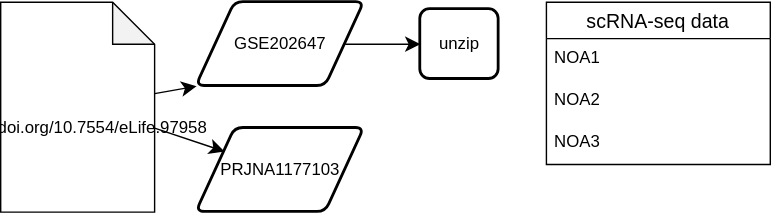
Above: project_schematic.svg in SamueleSoraggi/PIB-johan-olesen (draw.io), before the change. Source tidied: cells renumbered, new cells last; positions are measured from the earlier drawing's top-left corner, leaving out a move shared by most shapes.
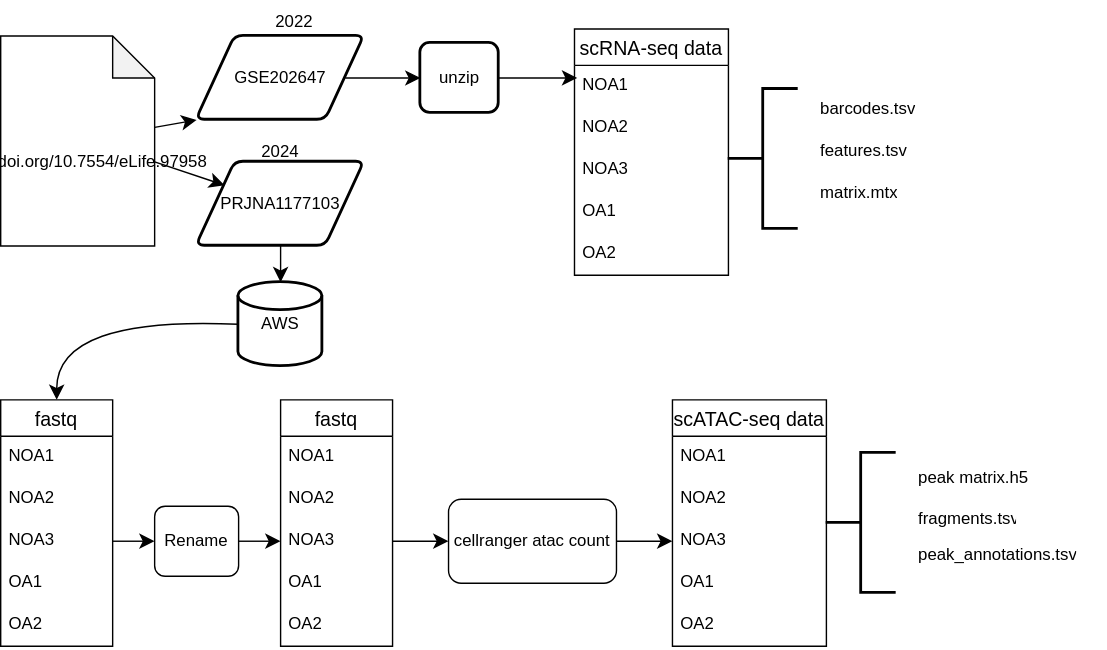
Above is the later version.

What changed in the source:
```diff
@@ -23,17 +23,146 @@
     <mxCell id="8" value="unzip" style="rounded=1;whiteSpace=wrap;html=1;absoluteArcSize=1;arcSize=14;strokeWidth=2;" parent="1" vertex="1">
       <mxGeometry x="300" y="5" width="56" height="50" as="geometry" />
     </mxCell>
+    <mxCell id="13" style="edgeStyle=none;curved=1;rounded=0;jettySize=auto;html=1;exitX=1;exitY=0.5;exitDx=0;exitDy=0;entryX=0.018;entryY=0.133;entryDx=0;entryDy=0;entryPerimeter=0;fontSize=12;startSize=8;endSize=8;" parent="1" edge="1" source="8">
+      <mxGeometry relative="1" as="geometry">
+        <mxPoint x="412" y="30" as="targetPoint" />
+      </mxGeometry>
+    </mxCell>
+    <mxCell id="14" style="strokeWidth=2;html=1;shape=mxgraph.flowchart.annotation_2;align=left;labelPosition=right;" parent="1" vertex="1">
+      <mxGeometry x="520" y="38" width="50" height="100" as="geometry" />
+    </mxCell>
+    <mxCell id="15" value="barcodes.tsv" style="text;strokeColor=none;fillColor=none;spacingLeft=4;spacingRight=4;overflow=hidden;fontSize=12;whiteSpace=wrap;html=1;" parent="1" vertex="1">
+      <mxGeometry x="580" y="38" width="90" height="30" as="geometry" />
+    </mxCell>
+    <mxCell id="16" value="features.tsv" style="text;strokeColor=none;fillColor=none;spacingLeft=4;spacingRight=4;overflow=hidden;fontSize=12;whiteSpace=wrap;html=1;" parent="1" vertex="1">
+      <mxGeometry x="580" y="68" width="90" height="30" as="geometry" />
+    </mxCell>
+    <mxCell id="17" value="matrix.mtx" style="text;strokeColor=none;fillColor=none;spacingLeft=4;spacingRight=4;overflow=hidden;fontSize=12;whiteSpace=wrap;html=1;" parent="1" vertex="1">
+      <mxGeometry x="580" y="98" width="90" height="30" as="geometry" />
+    </mxCell>
+    <mxCell id="18" value="2022" style="text;html=1;whiteSpace=wrap;strokeColor=none;fillColor=none;align=center;verticalAlign=middle;rounded=0;" parent="1" vertex="1">
+      <mxGeometry x="180" y="-25" width="60" height="30" as="geometry" />
+    </mxCell>
+    <mxCell id="19" value="2024" style="text;html=1;whiteSpace=wrap;strokeColor=none;fillColor=none;align=center;verticalAlign=middle;rounded=0;" parent="1" vertex="1">
+      <mxGeometry x="170" y="68" width="60" height="30" as="geometry" />
+    </mxCell>
+    <mxCell id="20" style="edgeStyle=none;curved=1;rounded=0;jettySize=auto;html=1;exitX=0;exitY=0.5;exitDx=0;exitDy=0;exitPerimeter=0;entryX=0.5;entryY=0;entryDx=0;entryDy=0;fontSize=12;startSize=8;endSize=8;" parent="1" edge="1" source="21" target="25">
+      <mxGeometry relative="1" as="geometry">
+        <Array as="points">
+          <mxPoint x="40" y="200" />
+        </Array>
+      </mxGeometry>
+    </mxCell>
+    <mxCell id="21" value="AWS" style="strokeWidth=2;html=1;shape=mxgraph.flowchart.database;whiteSpace=wrap;" parent="1" vertex="1">
+      <mxGeometry x="170" y="176" width="60" height="60" as="geometry" />
+    </mxCell>
+    <mxCell id="22" style="edgeStyle=none;curved=1;rounded=0;jettySize=auto;html=1;exitX=0.5;exitY=1;exitDx=0;exitDy=0;entryX=0.5;entryY=0;entryDx=0;entryDy=0;entryPerimeter=0;fontSize=12;startSize=8;endSize=8;" parent="1" edge="1" source="7" target="21">
+      <mxGeometry relative="1" as="geometry" />
+    </mxCell>
+    <mxCell id="23" style="edgeStyle=none;curved=1;rounded=0;jettySize=auto;html=1;exitX=1;exitY=0.5;exitDx=0;exitDy=0;fontSize=12;startSize=8;endSize=8;" parent="1" edge="1" source="24" target="35">
+      <mxGeometry relative="1" as="geometry" />
+    </mxCell>
+    <mxCell id="24" value="Rename" style="rounded=1;whiteSpace=wrap;html=1;" parent="1" vertex="1">
+      <mxGeometry x="110" y="336" width="60" height="50" as="geometry" />
+    </mxCell>
+    <mxCell id="25" value="fastq" style="swimlane;fontStyle=0;horizontal=1;startSize=26;align=center;fontSize=14;" parent="1" vertex="1">
+      <mxGeometry y="260" width="80" height="176" as="geometry" />
+    </mxCell>
+    <mxCell id="26" value="&lt;div&gt;NOA1&lt;/div&gt;" style="text;strokeColor=none;fillColor=none;spacingLeft=4;spacingRight=4;overflow=hidden;fontSize=12;whiteSpace=wrap;html=1;" parent="25" vertex="1">
+      <mxGeometry y="26" width="80" height="30" as="geometry" />
+    </mxCell>
+    <mxCell id="27" value="NOA2" style="text;strokeColor=none;fillColor=none;spacingLeft=4;spacingRight=4;overflow=hidden;fontSize=12;whiteSpace=wrap;html=1;" parent="25" vertex="1">
+      <mxGeometry y="56" width="80" height="30" as="geometry" />
+    </mxCell>
+    <mxCell id="28" value="NOA3" style="text;strokeColor=none;fillColor=none;spacingLeft=4;spacingRight=4;overflow=hidden;points=[[0,0.5],[1,0.5]];portConstraint=eastwest;fontSize=12;whiteSpace=wrap;html=1;" parent="25" vertex="1">
+      <mxGeometry y="86" width="80" height="30" as="geometry" />
+    </mxCell>
+    <mxCell id="29" value="OA1" style="text;strokeColor=none;fillColor=none;spacingLeft=4;spacingRight=4;overflow=hidden;fontSize=12;whiteSpace=wrap;html=1;" parent="25" vertex="1">
+      <mxGeometry y="116" width="80" height="30" as="geometry" />
+    </mxCell>
+    <mxCell id="30" value="OA2" style="text;strokeColor=none;fillColor=none;spacingLeft=4;spacingRight=4;overflow=hidden;fontSize=12;whiteSpace=wrap;html=1;" parent="25" vertex="1">
+      <mxGeometry y="146" width="80" height="30" as="geometry" />
+    </mxCell>
+    <mxCell id="31" style="edgeStyle=none;curved=1;rounded=0;jettySize=auto;html=1;exitX=1;exitY=0.5;exitDx=0;exitDy=0;entryX=0;entryY=0.5;entryDx=0;entryDy=0;fontSize=12;startSize=8;endSize=8;" parent="1" edge="1" source="28" target="24">
+      <mxGeometry relative="1" as="geometry" />
+    </mxCell>
+    <mxCell id="32" value="fastq" style="swimlane;fontStyle=0;horizontal=1;startSize=26;align=center;fontSize=14;" parent="1" vertex="1">
+      <mxGeometry x="200" y="260" width="80" height="176" as="geometry" />
+    </mxCell>
+    <mxCell id="33" value="&lt;div&gt;NOA1&lt;/div&gt;" style="text;strokeColor=none;fillColor=none;spacingLeft=4;spacingRight=4;overflow=hidden;fontSize=12;whiteSpace=wrap;html=1;" parent="32" vertex="1">
+      <mxGeometry y="26" width="80" height="30" as="geometry" />
+    </mxCell>
+    <mxCell id="34" value="NOA2" style="text;strokeColor=none;fillColor=none;spacingLeft=4;spacingRight=4;overflow=hidden;fontSize=12;whiteSpace=wrap;html=1;" parent="32" vertex="1">
+      <mxGeometry y="56" width="80" height="30" as="geometry" />
+    </mxCell>
+    <mxCell id="35" value="NOA3" style="text;strokeColor=none;fillColor=none;spacingLeft=4;spacingRight=4;overflow=hidden;points=[[0,0.5],[1,0.5]];portConstraint=eastwest;fontSize=12;whiteSpace=wrap;html=1;" parent="32" vertex="1">
+      <mxGeometry y="86" width="80" height="30" as="geometry" />
+    </mxCell>
+    <mxCell id="36" value="OA1" style="text;strokeColor=none;fillColor=none;spacingLeft=4;spacingRight=4;overflow=hidden;fontSize=12;whiteSpace=wrap;html=1;" parent="32" vertex="1">
+      <mxGeometry y="116" width="80" height="30" as="geometry" />
+    </mxCell>
+    <mxCell id="37" value="OA2" style="text;strokeColor=none;fillColor=none;spacingLeft=4;spacingRight=4;overflow=hidden;fontSize=12;whiteSpace=wrap;html=1;" parent="32" vertex="1">
+      <mxGeometry y="146" width="80" height="30" as="geometry" />
+    </mxCell>
+    <mxCell id="38" style="edgeStyle=none;curved=1;rounded=0;jettySize=auto;html=1;exitX=1;exitY=0.5;exitDx=0;exitDy=0;entryX=0;entryY=0.5;entryDx=0;entryDy=0;fontSize=12;startSize=8;endSize=8;" parent="1" edge="1" source="39" target="43">
+      <mxGeometry relative="1" as="geometry" />
+    </mxCell>
+    <mxCell id="39" value="cellranger atac count" style="rounded=1;whiteSpace=wrap;html=1;" parent="1" vertex="1">
+      <mxGeometry x="320" y="331" width="120" height="60" as="geometry" />
+    </mxCell>
+    <mxCell id="40" value="scATAC-seq data" style="swimlane;fontStyle=0;horizontal=1;startSize=26;align=center;fontSize=14;" parent="1" vertex="1">
+      <mxGeometry x="480" y="260" width="110" height="176" as="geometry" />
+    </mxCell>
+    <mxCell id="41" value="&lt;div&gt;NOA1&lt;/div&gt;" style="text;strokeColor=none;fillColor=none;spacingLeft=4;spacingRight=4;overflow=hidden;fontSize=12;whiteSpace=wrap;html=1;" parent="40" vertex="1">
+      <mxGeometry y="26" width="110" height="30" as="geometry" />
+    </mxCell>
+    <mxCell id="42" value="NOA2" style="text;strokeColor=none;fillColor=none;spacingLeft=4;spacingRight=4;overflow=hidden;fontSize=12;whiteSpace=wrap;html=1;" parent="40" vertex="1">
+      <mxGeometry y="56" width="110" height="30" as="geometry" />
+    </mxCell>
+    <mxCell id="43" value="NOA3" style="text;strokeColor=none;fillColor=none;spacingLeft=4;spacingRight=4;overflow=hidden;points=[[0,0.5],[1,0.5]];portConstraint=eastwest;fontSize=12;whiteSpace=wrap;html=1;" parent="40" vertex="1">
+      <mxGeometry y="86" width="110" height="30" as="geometry" />
+    </mxCell>
+    <mxCell id="44" value="OA1" style="text;strokeColor=none;fillColor=none;spacingLeft=4;spacingRight=4;overflow=hidden;fontSize=12;whiteSpace=wrap;html=1;" parent="40" vertex="1">
+      <mxGeometry y="116" width="110" height="30" as="geometry" />
+    </mxCell>
+    <mxCell id="45" value="OA2" style="text;strokeColor=none;fillColor=none;spacingLeft=4;spacingRight=4;overflow=hidden;fontSize=12;whiteSpace=wrap;html=1;" parent="40" vertex="1">
+      <mxGeometry y="146" width="110" height="30" as="geometry" />
+    </mxCell>
+    <mxCell id="46" style="edgeStyle=none;curved=1;rounded=0;orthogonalLoop=1;jettySize=auto;html=1;exitX=0.75;exitY=0;exitDx=0;exitDy=0;fontSize=12;startSize=8;endSize=8;" parent="1" edge="1" source="32" target="32">
+      <mxGeometry relative="1" as="geometry" />
+    </mxCell>
+    <mxCell id="47" style="edgeStyle=none;curved=1;rounded=0;jettySize=auto;html=1;exitX=1;exitY=0.5;exitDx=0;exitDy=0;entryX=0;entryY=0.5;entryDx=0;entryDy=0;fontSize=12;startSize=8;endSize=8;" parent="1" edge="1" source="35" target="39">
+      <mxGeometry relative="1" as="geometry" />
+    </mxCell>
+    <mxCell id="48" style="strokeWidth=2;html=1;shape=mxgraph.flowchart.annotation_2;align=left;labelPosition=right;" parent="1" vertex="1">
+      <mxGeometry x="590" y="298" width="50" height="100" as="geometry" />
+    </mxCell>
+    <mxCell id="49" value="peak matrix.h5" style="text;strokeColor=none;fillColor=none;align=left;verticalAlign=middle;spacingLeft=4;spacingRight=4;overflow=hidden;whiteSpace=wrap;html=1;" parent="1" vertex="1">
+      <mxGeometry x="650" y="301" width="120" height="30" as="geometry" />
+    </mxCell>
+    <mxCell id="50" value="fragments.tsv" style="text;strokeColor=none;fillColor=none;align=left;verticalAlign=middle;spacingLeft=4;spacingRight=4;overflow=hidden;whiteSpace=wrap;html=1;" parent="1" vertex="1">
+      <mxGeometry x="650" y="330" width="80" height="30" as="geometry" />
+    </mxCell>
+    <mxCell id="51" value="peak_annotations.tsv" style="text;strokeColor=none;fillColor=none;align=left;verticalAlign=middle;spacingLeft=4;spacingRight=4;overflow=hidden;whiteSpace=wrap;html=1;" parent="1" vertex="1">
+      <mxGeometry x="650" y="356" width="140" height="30" as="geometry" />
+    </mxCell>
     <mxCell id="9" value="scRNA-seq data" style="swimlane;fontStyle=0;horizontal=1;startSize=26;align=center;fontSize=14;" parent="1" vertex="1">
-      <mxGeometry x="390" width="160" height="116" as="geometry" />
+      <mxGeometry x="410" y="-5" width="110" height="176" as="geometry" />
     </mxCell>
-    <mxCell id="10" value="&lt;div&gt;NOA1&lt;/div&gt;" style="text;strokeColor=none;fillColor=none;spacingLeft=4;spacingRight=4;overflow=hidden;fontSize=12;whiteSpace=wrap;html=1;" parent="9" vertex="1">
-      <mxGeometry y="26" width="160" height="30" as="geometry" />
-    </mxCell>
-    <mxCell id="11" value="NOA2" style="text;strokeColor=none;fillColor=none;spacingLeft=4;spacingRight=4;overflow=hidden;fontSize=12;whiteSpace=wrap;html=1;" parent="9" vertex="1">
-      <mxGeometry y="56" width="160" height="30" as="geometry" />
-    </mxCell>
-    <mxCell id="12" value="NOA3" style="text;strokeColor=none;fillColor=none;spacingLeft=4;spacingRight=4;overflow=hidden;fontSize=12;whiteSpace=wrap;html=1;" parent="9" vertex="1">
-      <mxGeometry y="86" width="160" height="30" as="geometry" />
-    </mxCell>
+    <mxCell id="52" value="&lt;div&gt;NOA1&lt;/div&gt;" style="text;strokeColor=none;fillColor=none;spacingLeft=4;spacingRight=4;overflow=hidden;fontSize=12;whiteSpace=wrap;html=1;" parent="9" vertex="1">
+      <mxGeometry y="26" width="110" height="30" as="geometry" />
+    </mxCell>
+    <mxCell id="53" value="NOA2" style="text;strokeColor=none;fillColor=none;spacingLeft=4;spacingRight=4;overflow=hidden;fontSize=12;whiteSpace=wrap;html=1;" parent="9" vertex="1">
+      <mxGeometry y="56" width="110" height="30" as="geometry" />
+    </mxCell>
+    <mxCell id="54" value="NOA3" style="text;strokeColor=none;fillColor=none;spacingLeft=4;spacingRight=4;overflow=hidden;fontSize=12;whiteSpace=wrap;html=1;" parent="9" vertex="1">
+      <mxGeometry y="86" width="110" height="30" as="geometry" />
+    </mxCell>
+    <mxCell id="55" value="OA1" style="text;strokeColor=none;fillColor=none;spacingLeft=4;spacingRight=4;overflow=hidden;fontSize=12;whiteSpace=wrap;html=1;" parent="9" vertex="1">
+      <mxGeometry y="116" width="110" height="30" as="geometry" />
+    </mxCell>
+    <mxCell id="56" value="OA2" style="text;strokeColor=none;fillColor=none;spacingLeft=4;spacingRight=4;overflow=hidden;fontSize=12;whiteSpace=wrap;html=1;" parent="9" vertex="1">
+      <mxGeometry y="146" width="110" height="30" as="geometry" />
+    </mxCell>
   </root>
 </mxGraphModel>
```
